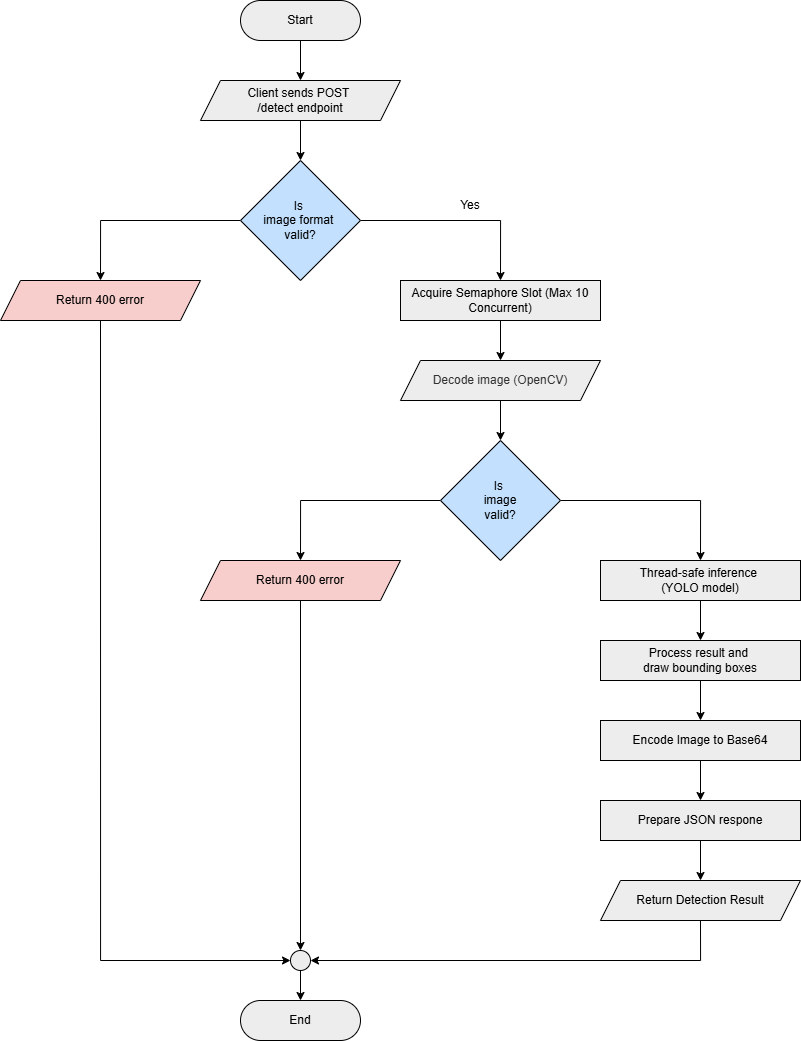
Earlier version of the draw.io export documentation/asset-discrepancy-nmsai-system-architecture.png (mirteldisa01/asset-discrepancy-nmsai). Source tidied: cells renumbered, new cells last; positions are measured from the earlier drawing's top-left corner, leaving out a move shared by most shapes.
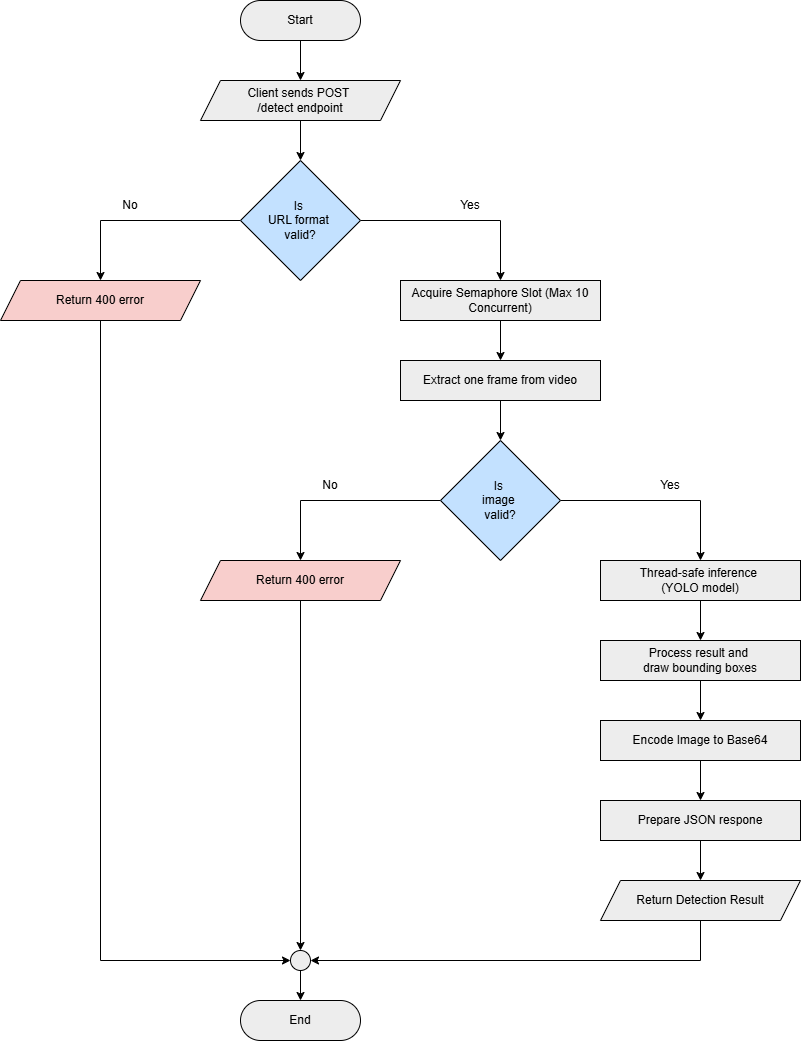
Later version of the same file.

Commit message:
feat: update flowchart to reflect new detection pipeline

Change to the diagram source:
```diff
@@ -20,21 +20,15 @@
     <mxCell id="7" style="edgeStyle=orthogonalEdgeStyle;rounded=0;jettySize=auto;html=1;exitX=0;exitY=0.5;exitDx=0;exitDy=0;entryX=0.5;entryY=0;entryDx=0;entryDy=0;" parent="1" edge="1" source="8" target="14">
       <mxGeometry relative="1" as="geometry" />
     </mxCell>
-    <mxCell id="8" value="Is&amp;nbsp;&lt;div&gt;image format&amp;nbsp;&lt;div&gt;valid?&lt;/div&gt;&lt;/div&gt;" style="rhombus;whiteSpace=wrap;html=1;fillColor=#C3E1FF;" parent="1" vertex="1">
+    <mxCell id="8" value="Is&amp;nbsp;&lt;div&gt;URL format&amp;nbsp;&lt;div&gt;valid?&lt;/div&gt;&lt;/div&gt;" style="rhombus;whiteSpace=wrap;html=1;fillColor=#C3E1FF;" parent="1" vertex="1">
       <mxGeometry x="240" y="160" width="120" height="120" as="geometry" />
     </mxCell>
-    <mxCell id="9" style="rounded=0;jettySize=auto;html=1;exitX=0.5;exitY=1;exitDx=0;exitDy=0;entryX=0.5;entryY=0;entryDx=0;entryDy=0;" parent="1" edge="1" source="10" target="12">
-      <mxGeometry relative="1" as="geometry" />
-    </mxCell>
+    <mxCell id="34" style="edgeStyle=orthogonalEdgeStyle;rounded=0;jettySize=auto;html=1;exitX=0.5;exitY=1;exitDx=0;exitDy=0;" parent="1" edge="1" source="10" target="36">
+      <mxGeometry relative="1" as="geometry" />
+    </mxCell>
     <mxCell id="10" value="&lt;p style=&quot;margin-top: 12px;&quot;&gt;Acquire Semaphore Slot (Max 10 Concurrent)&lt;/p&gt;" style="rounded=0;whiteSpace=wrap;html=1;verticalAlign=middle;align=center;fillColor=#EDEDED;" parent="1" vertex="1">
       <mxGeometry x="400" y="280" width="200" height="40" as="geometry" />
     </mxCell>
-    <mxCell id="11" style="rounded=0;jettySize=auto;html=1;exitX=0.5;exitY=1;exitDx=0;exitDy=0;entryX=0.5;entryY=0;entryDx=0;entryDy=0;" parent="1" edge="1" source="12" target="18">
-      <mxGeometry relative="1" as="geometry" />
-    </mxCell>
-    <mxCell id="12" value="Decode image (OpenCV)" style="shape=parallelogram;perimeter=parallelogramPerimeter;whiteSpace=wrap;html=1;fixedSize=1;fillColor=#EDEDED;fontColor=#333333;strokeColor=#000000;" parent="1" vertex="1">
-      <mxGeometry x="400" y="360" width="200" height="40" as="geometry" />
-    </mxCell>
     <mxCell id="13" style="edgeStyle=orthogonalEdgeStyle;rounded=0;jettySize=auto;html=1;exitX=0.5;exitY=1;exitDx=0;exitDy=0;entryX=0;entryY=0.5;entryDx=0;entryDy=0;" parent="1" edge="1" source="14" target="33">
       <mxGeometry relative="1" as="geometry" />
     </mxCell>
@@ -50,7 +44,7 @@
     <mxCell id="17" style="edgeStyle=orthogonalEdgeStyle;rounded=0;jettySize=auto;html=1;exitX=1;exitY=0.5;exitDx=0;exitDy=0;entryX=0.5;entryY=0;entryDx=0;entryDy=0;" parent="1" edge="1" source="18" target="22">
       <mxGeometry relative="1" as="geometry" />
     </mxCell>
-    <mxCell id="18" value="Is&amp;nbsp;&lt;div&gt;image&lt;div&gt;valid?&lt;/div&gt;&lt;/div&gt;" style="rhombus;whiteSpace=wrap;html=1;fillColor=#C3E1FF;" parent="1" vertex="1">
+    <mxCell id="18" value="Is&amp;nbsp;&lt;div&gt;image&amp;nbsp;&lt;div&gt;valid?&lt;/div&gt;&lt;/div&gt;" style="rhombus;whiteSpace=wrap;html=1;fillColor=#C3E1FF;" parent="1" vertex="1">
       <mxGeometry x="440" y="440" width="120" height="120" as="geometry" />
     </mxCell>
     <mxCell id="19" style="rounded=0;jettySize=auto;html=1;exitX=0.5;exitY=1;exitDx=0;exitDy=0;entryX=0.5;entryY=0;entryDx=0;entryDy=0;" parent="1" edge="1" source="20" target="33">
@@ -98,5 +92,20 @@
     <mxCell id="33" style="ellipse;whiteSpace=wrap;html=1;fillColor=#EDEDED;" parent="1" vertex="1">
       <mxGeometry x="290" y="950" width="20" height="20" as="geometry" />
     </mxCell>
+    <mxCell id="35" style="edgeStyle=orthogonalEdgeStyle;rounded=0;jettySize=auto;html=1;exitX=0.5;exitY=1;exitDx=0;exitDy=0;entryX=0.5;entryY=0;entryDx=0;entryDy=0;" parent="1" edge="1" source="36" target="18">
+      <mxGeometry relative="1" as="geometry" />
+    </mxCell>
+    <mxCell id="36" value="&lt;p style=&quot;margin-top: 12px;&quot;&gt;Extract one frame from video&lt;/p&gt;" style="rounded=0;whiteSpace=wrap;html=1;verticalAlign=middle;align=center;fillColor=#EDEDED;" parent="1" vertex="1">
+      <mxGeometry x="400" y="360" width="200" height="40" as="geometry" />
+    </mxCell>
+    <mxCell id="37" value="No" style="text;html=1;whiteSpace=wrap;strokeColor=none;fillColor=none;align=center;verticalAlign=middle;rounded=0;" parent="1" vertex="1">
+      <mxGeometry x="100" y="190" width="60" height="30" as="geometry" />
+    </mxCell>
+    <mxCell id="38" value="Yes" style="text;html=1;whiteSpace=wrap;strokeColor=none;fillColor=none;align=center;verticalAlign=middle;rounded=0;" parent="1" vertex="1">
+      <mxGeometry x="640" y="470" width="60" height="30" as="geometry" />
+    </mxCell>
+    <mxCell id="39" value="No" style="text;html=1;whiteSpace=wrap;strokeColor=none;fillColor=none;align=center;verticalAlign=middle;rounded=0;" parent="1" vertex="1">
+      <mxGeometry x="300" y="470" width="60" height="30" as="geometry" />
+    </mxCell>
   </root>
 </mxGraphModel>
```
